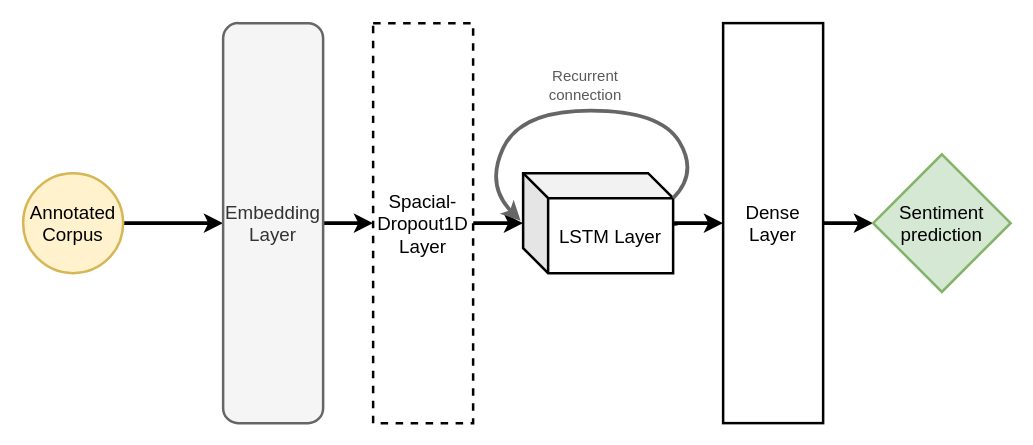
The draw.io diagram LSTM_NLP_Model.drawio in Poopaye-96/Visual_Content, before the edit. Source tidied: cells renumbered, new cells numbered last; positions are measured from the earlier drawing's top-left corner, leaving out a move shared by most shapes. Both pictures are drawn from the tidied source at 125%, with x=0, y=0 at pixel (22, 22).
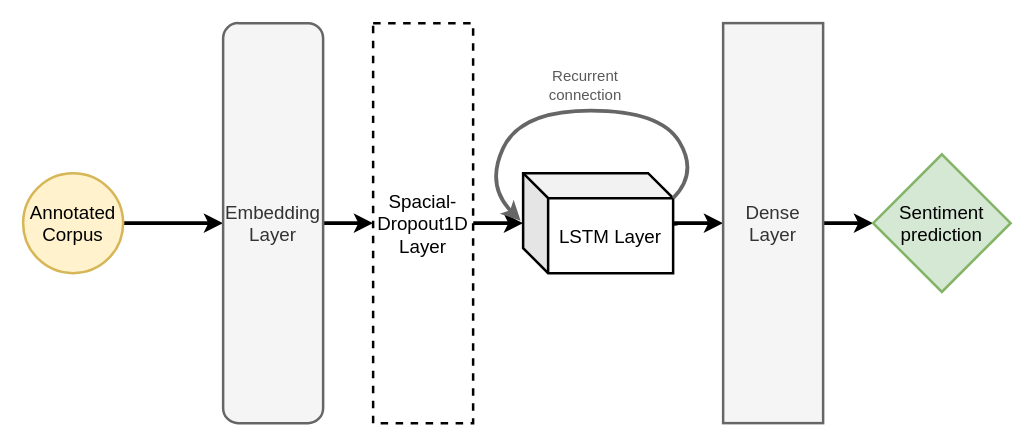
After the change.

Diff of the diagram source:
```diff
@@
 <mxGraphModel>
   <root>
     <mxCell id="0" />
     <mxCell id="1" parent="0" />
     <mxCell id="2" style="edgeStyle=orthogonalEdgeStyle;rounded=0;jettySize=auto;html=1;exitX=1;exitY=0.5;exitDx=0;exitDy=0;entryX=0;entryY=0.5;entryDx=0;entryDy=0;strokeWidth=3;" parent="1" edge="1" source="3" target="5">
       <mxGeometry relative="1" as="geometry" />
     </mxCell>
     <mxCell id="3" value="&lt;font style=&quot;font-size: 15px&quot;&gt;Annotated Corpus&lt;/font&gt;" style="ellipse;whiteSpace=wrap;html=1;strokeWidth=2;fillColor=#fff2cc;strokeColor=#d6b656;" parent="1" vertex="1">
       <mxGeometry y="120" width="80" height="80" as="geometry" />
     </mxCell>
     <mxCell id="4" style="edgeStyle=orthogonalEdgeStyle;rounded=0;jettySize=auto;html=1;exitX=1;exitY=0.5;exitDx=0;exitDy=0;entryX=0;entryY=0.5;entryDx=0;entryDy=0;strokeWidth=3;" parent="1" edge="1" source="5" target="7">
       <mxGeometry relative="1" as="geometry" />
     </mxCell>
     <mxCell id="5" value="&lt;font style=&quot;font-size: 15px&quot;&gt;Embedding Layer&lt;/font&gt;" style="rounded=1;whiteSpace=wrap;html=1;strokeWidth=2;fillColor=#f5f5f5;strokeColor=#666666;fontColor=#333333;" parent="1" vertex="1">
       <mxGeometry x="160" width="80" height="320" as="geometry" />
     </mxCell>
     <mxCell id="6" style="edgeStyle=orthogonalEdgeStyle;rounded=0;jettySize=auto;html=1;exitX=1;exitY=0.5;exitDx=0;exitDy=0;strokeWidth=3;" parent="1" edge="1" source="7" target="9">
       <mxGeometry relative="1" as="geometry" />
     </mxCell>
     <mxCell id="7" value="&lt;font style=&quot;font-size: 15px&quot;&gt;Spacial-Dropout1D Layer&lt;/font&gt;" style="rounded=0;whiteSpace=wrap;html=1;strokeWidth=2;dashed=1;" parent="1" vertex="1">
       <mxGeometry x="280" width="80" height="320" as="geometry" />
     </mxCell>
     <mxCell id="8" style="edgeStyle=orthogonalEdgeStyle;rounded=0;jettySize=auto;html=1;exitX=1.017;exitY=0.525;exitDx=0;exitDy=0;exitPerimeter=0;strokeWidth=3;" parent="1" edge="1" source="9" target="11">
       <mxGeometry relative="1" as="geometry">
         <Array as="points">
           <mxPoint x="522" y="160" />
         </Array>
       </mxGeometry>
     </mxCell>
     <mxCell id="9" value="&lt;font style=&quot;font-size: 15px&quot;&gt;LSTM Layer&lt;/font&gt;" style="shape=cube;whiteSpace=wrap;html=1;boundedLbl=1;backgroundOutline=1;darkOpacity=0.05;darkOpacity2=0.1;strokeWidth=2;" parent="1" vertex="1">
       <mxGeometry x="400" y="120" width="120" height="80" as="geometry" />
     </mxCell>
     <mxCell id="10" style="edgeStyle=orthogonalEdgeStyle;rounded=0;jettySize=auto;html=1;exitX=1;exitY=0.5;exitDx=0;exitDy=0;entryX=0;entryY=0.5;entryDx=0;entryDy=0;strokeWidth=3;" parent="1" edge="1" source="11" target="12">
       <mxGeometry relative="1" as="geometry" />
     </mxCell>
-    <mxCell id="11" value="&lt;font style=&quot;font-size: 15px&quot;&gt;Dense Layer&lt;/font&gt;" style="rounded=0;whiteSpace=wrap;html=1;strokeWidth=2;" parent="1" vertex="1">
+    <mxCell id="11" value="&lt;font style=&quot;font-size: 15px&quot;&gt;Dense Layer&lt;/font&gt;" style="rounded=0;whiteSpace=wrap;html=1;strokeWidth=2;fillColor=#f5f5f5;strokeColor=#666666;fontColor=#333333;" parent="1" vertex="1">
       <mxGeometry x="560" width="80" height="320" as="geometry" />
     </mxCell>
     <mxCell id="12" value="&lt;font style=&quot;font-size: 15px&quot;&gt;Sentiment prediction&lt;/font&gt;" style="rhombus;whiteSpace=wrap;html=1;strokeWidth=2;fillColor=#d5e8d4;strokeColor=#82b366;" parent="1" vertex="1">
       <mxGeometry x="680" y="105" width="110" height="110" as="geometry" />
     </mxCell>
     <mxCell id="13" style="curved=1;endArrow=classic;html=1;strokeWidth=3;entryX=-0.017;entryY=0.475;entryDx=0;entryDy=0;entryPerimeter=0;fillColor=#f5f5f5;strokeColor=#666666;" parent="1" edge="1" target="9">
       <mxGeometry relative="1" as="geometry">
         <mxPoint x="520" y="140" as="sourcePoint" />
         <Array as="points">
           <mxPoint x="540" y="120" />
           <mxPoint x="510" y="70" />
           <mxPoint x="398" y="70" />
           <mxPoint x="370" y="130" />
         </Array>
       </mxGeometry>
     </mxCell>
     <mxCell id="14" value="&lt;font color=&quot;#595959&quot;&gt;Recurrent connection&lt;/font&gt;" style="text;html=1;strokeColor=none;fillColor=none;align=center;verticalAlign=middle;whiteSpace=wrap;rounded=0;dashed=1;" parent="1" vertex="1">
       <mxGeometry x="430" y="40" width="40" height="20" as="geometry" />
     </mxCell>
   </root>
 </mxGraphModel>
```
